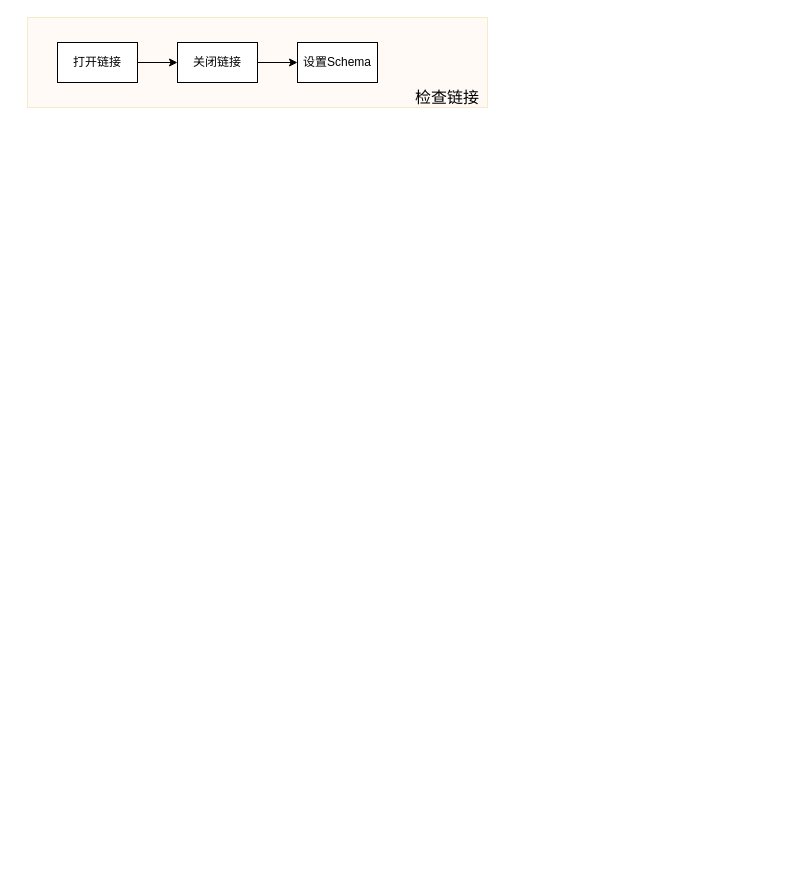
Before: Untitled Diagram.drawio in zouajun/chartSet, a draw.io diagram. Source tidied: cells renumbered, new cells numbered last; positions are measured from the earlier drawing's top-left corner, leaving out a move shared by most shapes. Both pictures are drawn from the tidied source at 100%, with x=0, y=0 at pixel (27, 17).
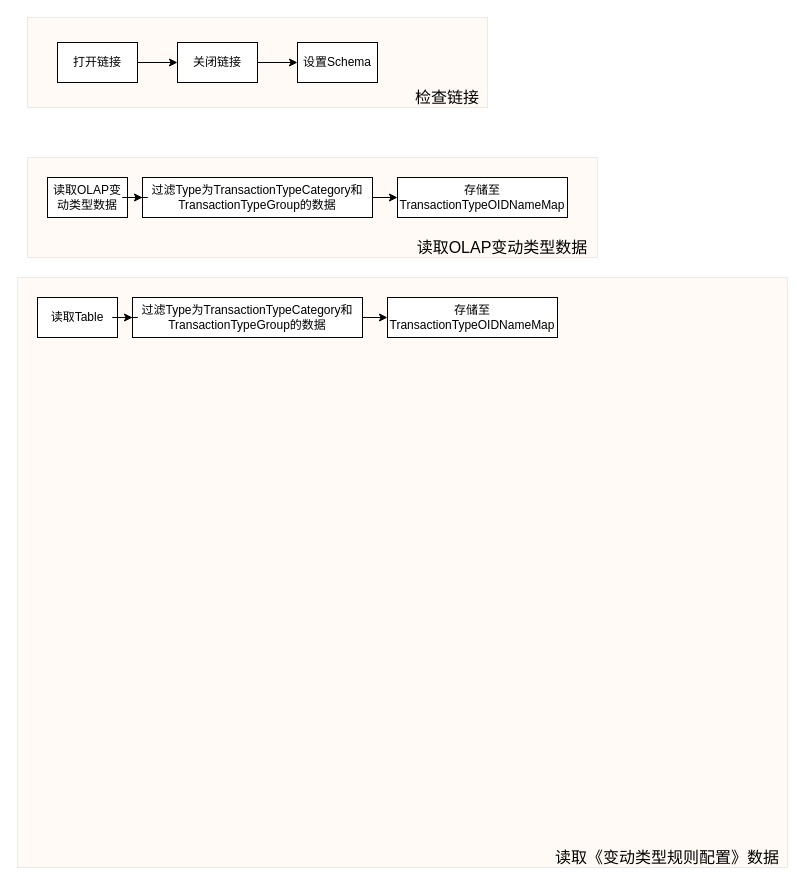
The same page after the edit.

What changed in the source:
```diff
@@
+    <mxCell id="10" style="group;" parent="1" vertex="1">
+      <mxGeometry y="140" width="570" height="100" as="geometry" />
+    </mxCell>
+    <mxCell id="11" style="rounded=0;whiteSpace=wrap;html=1;fontSize=16;strokeWidth=1;opacity=20;fillColor=#ffe6cc;strokeColor=#d79b00;" parent="10" vertex="1">
+      <mxGeometry width="570" height="100" as="geometry" />
+    </mxCell>
+    <mxCell id="12" value="读取OLAP变动类型数据" style="rounded=0;whiteSpace=wrap;html=1;" parent="10" vertex="1">
+      <mxGeometry x="20" y="20" width="80" height="40" as="geometry" />
+    </mxCell>
+    <mxCell id="13" value="过滤Type为TransactionTypeCategory和TransactionTypeGroup的数据" style="rounded=0;whiteSpace=wrap;html=1;" parent="10" vertex="1">
+      <mxGeometry x="115" y="20" width="230" height="40" as="geometry" />
+    </mxCell>
+    <mxCell id="14" value="存储至TransactionTypeOIDNameMap" style="rounded=0;whiteSpace=wrap;html=1;" parent="10" vertex="1">
+      <mxGeometry x="370" y="20" width="170" height="40" as="geometry" />
+    </mxCell>
+    <mxCell id="15" value="读取OLAP变动类型数据" style="text;html=1;strokeColor=none;fillColor=none;align=center;verticalAlign=middle;whiteSpace=wrap;rounded=0;fontSize=16;opacity=20;" parent="10" vertex="1">
+      <mxGeometry x="380" y="80" width="190" height="20" as="geometry" />
+    </mxCell>
+    <mxCell id="16" style="edgeStyle=orthogonalEdgeStyle;rounded=0;jettySize=auto;html=1;fontSize=16;" parent="10" edge="1" source="12" target="13">
+      <mxGeometry relative="1" as="geometry" />
+    </mxCell>
+    <mxCell id="17" style="edgeStyle=orthogonalEdgeStyle;rounded=0;jettySize=auto;html=1;fontSize=16;" parent="10" edge="1" source="13" target="14">
+      <mxGeometry relative="1" as="geometry" />
+    </mxCell>
+    <mxCell id="18" style="group;" parent="1" vertex="1">
+      <mxGeometry x="-10" y="260" width="770" height="590" as="geometry" />
+    </mxCell>
+    <mxCell id="19" style="rounded=0;whiteSpace=wrap;html=1;fontSize=16;strokeWidth=1;opacity=20;fillColor=#ffe6cc;strokeColor=#d79b00;" parent="18" vertex="1">
+      <mxGeometry width="770" height="590" as="geometry" />
+    </mxCell>
+    <mxCell id="20" value="读取Table" style="rounded=0;whiteSpace=wrap;html=1;" parent="18" vertex="1">
+      <mxGeometry x="20" y="20" width="80" height="40" as="geometry" />
+    </mxCell>
+    <mxCell id="21" value="过滤Type为TransactionTypeCategory和TransactionTypeGroup的数据" style="rounded=0;whiteSpace=wrap;html=1;" parent="18" vertex="1">
+      <mxGeometry x="115" y="20" width="230" height="40" as="geometry" />
+    </mxCell>
+    <mxCell id="22" value="存储至TransactionTypeOIDNameMap" style="rounded=0;whiteSpace=wrap;html=1;" parent="18" vertex="1">
+      <mxGeometry x="370" y="20" width="170" height="40" as="geometry" />
+    </mxCell>
+    <mxCell id="23" value="读取《变动类型规则配置》数据" style="text;html=1;strokeColor=none;fillColor=none;align=center;verticalAlign=middle;whiteSpace=wrap;rounded=0;fontSize=16;opacity=20;" parent="18" vertex="1">
+      <mxGeometry x="530" y="570" width="240" height="20" as="geometry" />
+    </mxCell>
+    <mxCell id="24" style="edgeStyle=orthogonalEdgeStyle;rounded=0;jettySize=auto;html=1;fontSize=16;" parent="18" edge="1" source="20" target="21">
+      <mxGeometry relative="1" as="geometry" />
+    </mxCell>
+    <mxCell id="25" style="edgeStyle=orthogonalEdgeStyle;rounded=0;jettySize=auto;html=1;fontSize=16;" parent="18" edge="1" source="21" target="22">
+      <mxGeometry relative="1" as="geometry" />
+    </mxCell>
```
